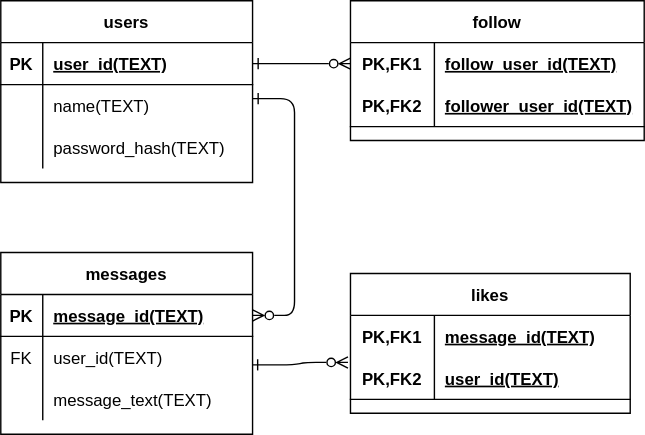
Before: docs/ER.svg, a diagram exported from draw.io (shinbunbun/sns). Source tidied: cells renumbered, new cells last; positions are measured from the earlier drawing's top-left corner, leaving out a move shared by most shapes.
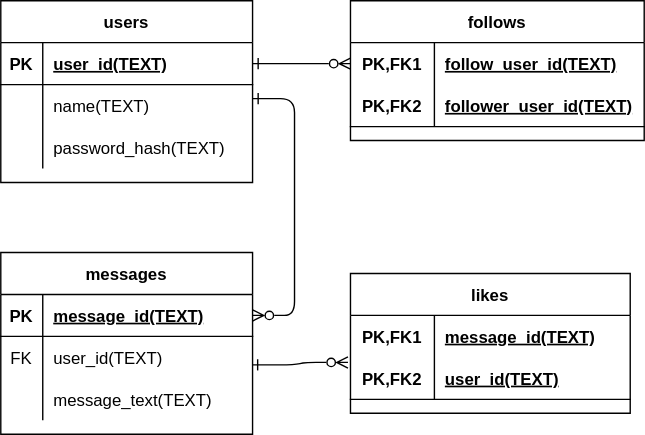
Later version of the same file.

Commit message:
テーブル名を修正

The edit, as a diff of the source:
```diff
@@ -65,7 +65,7 @@
     <mxCell id="22" value="message_text(TEXT)" style="shape=partialRectangle;fillColor=none;top=0;left=0;bottom=0;right=0;align=left;spacingLeft=6;overflow=hidden;" parent="20" vertex="1">
       <mxGeometry x="30" width="150" height="30" as="geometry" />
     </mxCell>
-    <mxCell id="23" value="follow" style="shape=table;startSize=30;rowLines=0;fontStyle=1;align=center;" parent="1" vertex="1">
+    <mxCell id="23" value="follows" style="shape=table;startSize=30;rowLines=0;fontStyle=1;align=center;" parent="1" vertex="1">
       <mxGeometry x="250" width="210" height="100" as="geometry" />
     </mxCell>
     <mxCell id="24" style="shape=partialRectangle;fillColor=none;top=0;left=0;bottom=0;right=0;points=[[0,0.5],[1,0.5]];portConstraint=eastwest;" parent="23" vertex="1">
```
